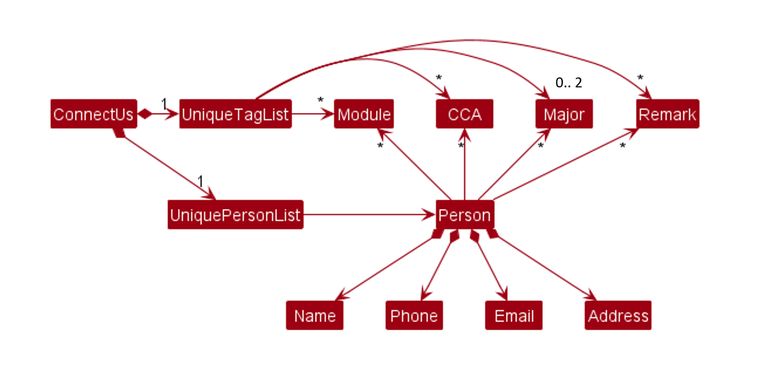
Before: docs/images/BetterModelClassDiagram.png, a diagram exported from PlantUML (nus-cs2103-AY2223S2/tp). Its source is kept beside it as docs/diagrams/BetterModelClassDiagram.puml.
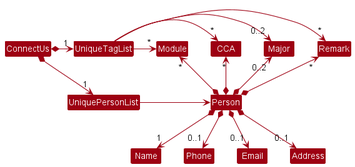
After the commit.

Diff of the diagram source:
```diff
@@ -10,18 +10,18 @@
 UniqueTagList -[hidden]down- UniquePersonList
 
 UniqueTagList -right-> "*" Remark
-UniqueTagList -right-> "*" Major
+UniqueTagList -right-> "0..2" Major
 UniqueTagList -right-> "*" CCA
 UniqueTagList -right-> "*" Module
 UniquePersonList -right-> Person
 
-Person -up-> "*" Module
-Person -up-> "*" CCA
-Person -up-> "*" Major
-Person -up-> "*" Remark
+Person *-up-> "*" Module
+Person *-up-> "*" CCA
+Person *-up-> "0..2" Major
+Person *-up-> "*" Remark
 
-Person *--> Name
-Person *--> Phone
-Person *--> Email
-Person *--> Address
+Person *--> "1" Name
+Person *--> "0..1" Phone
+Person *--> "0..1" Email
+Person *--> "0..1" Address
 @enduml
```
